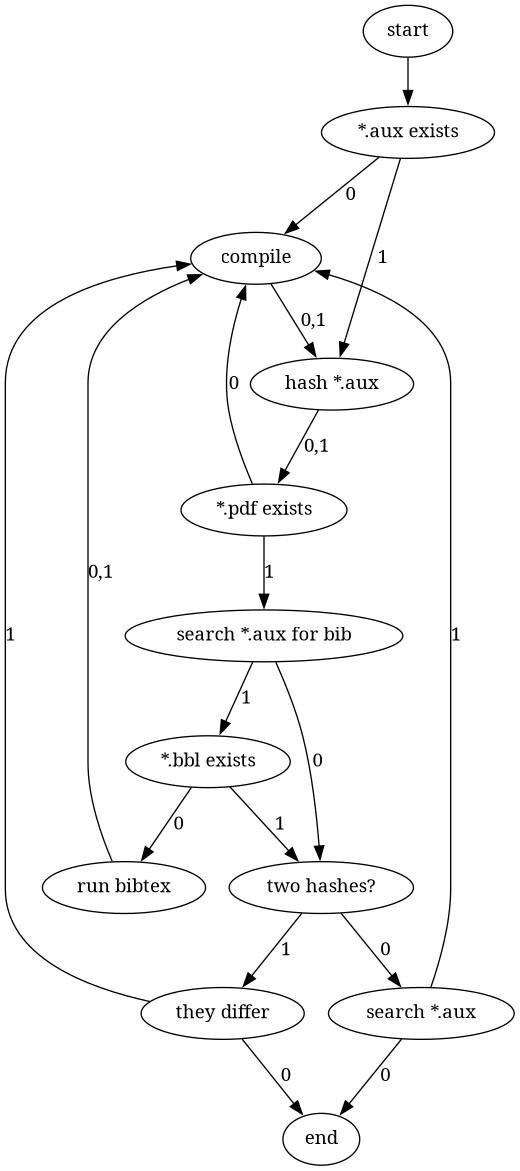
Before: plan/pass-logic.png, a diagram exported from Graphviz (bradencarlson/trex). Its source is kept beside it as plan/pass-logic.gv.
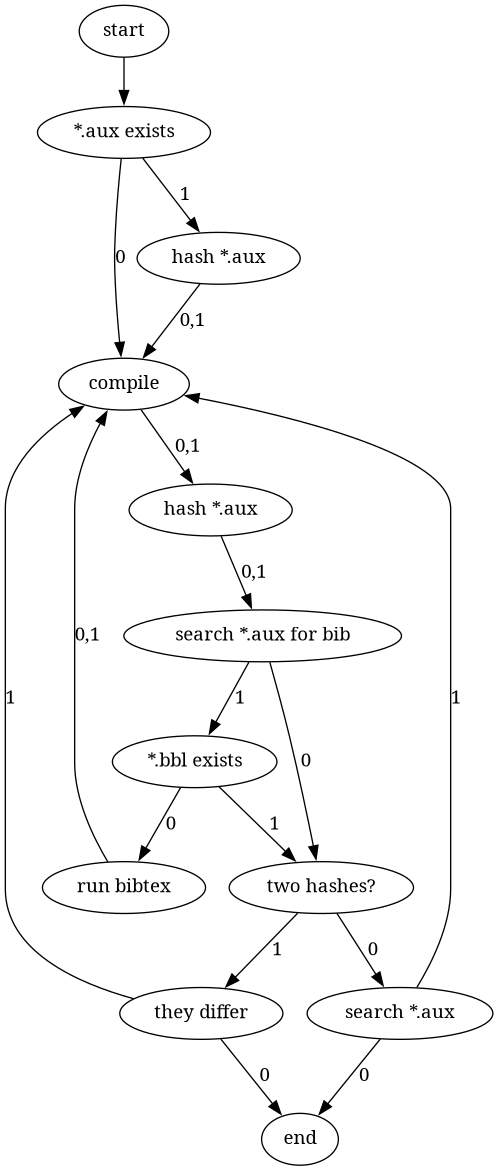
Above is the later version.

Commit message:
Bibtex support continued

I believe this captures the correct sequence of compiles. Still needs to
be tested though.

Diff of the diagram source:
```diff
@@ -2,8 +2,8 @@
         s [label="start"]
         c [label="compile"]
         e [label="*.aux exists"]
-        h [label="hash *.aux"]
-        m [label="*.pdf exists"]
+        h1 [label="hash *.aux"]
+        h2 [label="hash *.aux"]
         comp [label="two hashes?"]
         diff [label="they differ"]
         end [label="end"]
@@ -14,12 +14,11 @@
 
         s -> e
 
-        e -> h [label="1"]
+        e -> h1 [label="1"]
         e -> c [label="0"]
-        h -> m [label="0,1"]
-        m -> c [label="0"]
-        c -> h [label="0,1"]
-        m -> search_bib [label="1"]
+        h1 -> c [label="0,1"]
+        c -> h2 [label="0,1"]
+        h2 -> search_bib [label="0,1"]
         search_bib -> e_bbl [label="1"]
         e_bbl -> bib [label="0"]
         e_bbl -> comp [label="1"]
```
